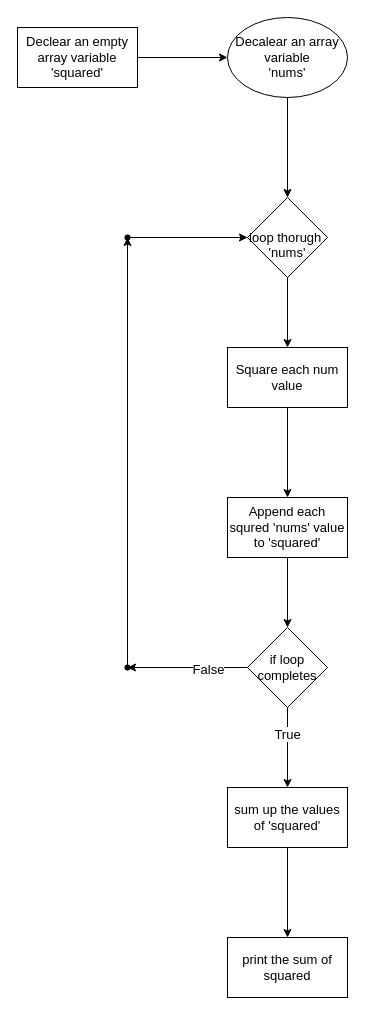
The draw.io diagram main.drawio in AnaduCG/pseudocode-alx, before the edit. Source tidied: cells renumbered, new cells numbered last; positions are measured from the earlier drawing's top-left corner, leaving out a move shared by most shapes. Both pictures are drawn from the tidied source at 100%, with x=0, y=0 at pixel (17, 17).
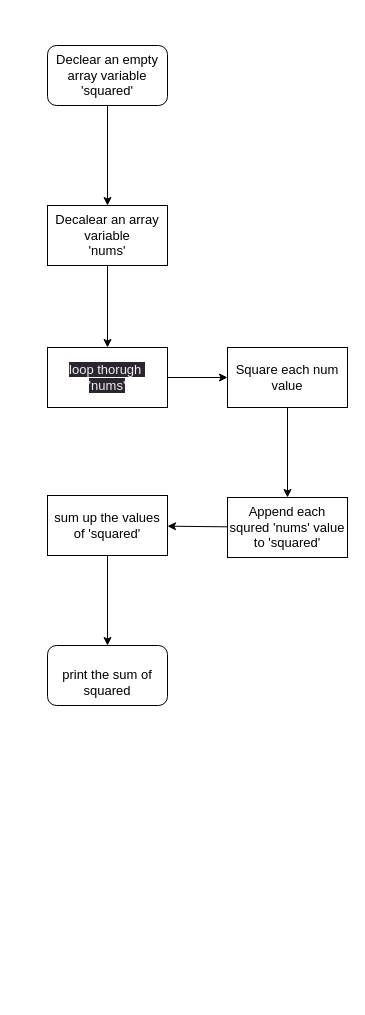
The same diagram, later.

Diff of the diagram source:
```diff
@@
+    <mxCell id="8" style="edgeStyle=none;html=1;" parent="1" edge="1" source="9" target="11">
+      <mxGeometry relative="1" as="geometry" />
+    </mxCell>
+    <mxCell id="9" value="&lt;font style=&quot;font-size: 13px;&quot;&gt;Square each num value&lt;/font&gt;" style="whiteSpace=wrap;html=1;" parent="1" vertex="1">
+      <mxGeometry x="210" y="330" width="120" height="60" as="geometry" />
+    </mxCell>
+    <mxCell id="24" style="edgeStyle=none;html=1;startArrow=none;" parent="1" edge="1" source="18">
+      <mxGeometry relative="1" as="geometry">
+        <mxPoint x="70" y="510" as="targetPoint" />
+      </mxGeometry>
+    </mxCell>
+    <mxCell id="25" style="edgeStyle=none;html=1;" parent="1" edge="1" source="11" target="18">
+      <mxGeometry relative="1" as="geometry" />
+    </mxCell>
+    <mxCell id="11" value="&lt;font style=&quot;font-size: 13px;&quot;&gt;Append each squred 'nums' value to 'squared'&lt;/font&gt;" style="whiteSpace=wrap;html=1;" parent="1" vertex="1">
+      <mxGeometry x="210" y="480" width="120" height="60" as="geometry" />
+    </mxCell>
+    <mxCell id="4" style="edgeStyle=none;html=1;" parent="1" edge="1" source="5" target="3">
+      <mxGeometry relative="1" as="geometry" />
+    </mxCell>
+    <mxCell id="5" value="&lt;span style=&quot;font-size: 13px;&quot;&gt;Declear an empty array variable 'squared'&lt;/span&gt;" style="rounded=1;whiteSpace=wrap;html=1;" parent="1" vertex="1">
+      <mxGeometry x="30" y="28" width="120" height="60" as="geometry" />
+    </mxCell>
-    <mxCell id="2" style="edgeStyle=none;html=1;fontSize=13;" parent="1" edge="1" source="3" target="7">
+    <mxCell id="2" style="edgeStyle=none;html=1;" parent="1" edge="1" source="3" target="7">
       <mxGeometry relative="1" as="geometry" />
     </mxCell>
-    <mxCell id="3" value="&lt;font style=&quot;font-size: 13px;&quot;&gt;Decalear an array variable&lt;br&gt;'nums'&lt;/font&gt;" style="ellipse;whiteSpace=wrap;html=1;" parent="1" vertex="1">
-      <mxGeometry x="210" width="120" height="80" as="geometry" />
+    <mxCell id="3" value="&lt;span style=&quot;font-size: 13px;&quot;&gt;Decalear an array variable&lt;/span&gt;&lt;br style=&quot;font-size: 13px;&quot;&gt;&lt;span style=&quot;font-size: 13px;&quot;&gt;'nums'&lt;/span&gt;" style="whiteSpace=wrap;html=1;" parent="1" vertex="1">
+      <mxGeometry x="30" y="188" width="120" height="60" as="geometry" />
     </mxCell>
-    <mxCell id="4" style="edgeStyle=none;html=1;fontSize=13;" parent="1" edge="1" source="5" target="3">
-      <mxGeometry relative="1" as="geometry" />
-    </mxCell>
-    <mxCell id="5" value="&lt;font style=&quot;font-size: 13px;&quot;&gt;Declear an empty array variable 'squared'&lt;/font&gt;" style="whiteSpace=wrap;html=1;" parent="1" vertex="1">
-      <mxGeometry y="10" width="120" height="60" as="geometry" />
-    </mxCell>
@@
-    <mxCell id="7" value="&lt;font style=&quot;font-size: 13px;&quot;&gt;&lt;br&gt;loop thorugh&amp;nbsp;&lt;br&gt;'nums'&lt;/font&gt;" style="rhombus;whiteSpace=wrap;html=1;" parent="1" vertex="1">
-      <mxGeometry x="230" y="180" width="80" height="80" as="geometry" />
+    <mxCell id="7" value="&#10;&lt;br style=&quot;border-color: rgb(0, 0, 0); color: rgb(240, 240, 240); font-family: Helvetica; font-size: 13px; font-style: normal; font-variant-ligatures: normal; font-variant-caps: normal; font-weight: 400; letter-spacing: normal; orphans: 2; text-align: center; text-indent: 0px; text-transform: none; widows: 2; word-spacing: 0px; -webkit-text-stroke-width: 0px; background-color: rgb(42, 37, 47); text-decoration-thickness: initial; text-decoration-style: initial; text-decoration-color: initial;&quot;&gt;&lt;span style=&quot;color: rgb(240, 240, 240); font-family: Helvetica; font-size: 13px; font-style: normal; font-variant-ligatures: normal; font-variant-caps: normal; font-weight: 400; letter-spacing: normal; orphans: 2; text-align: center; text-indent: 0px; text-transform: none; widows: 2; word-spacing: 0px; -webkit-text-stroke-width: 0px; background-color: rgb(42, 37, 47); text-decoration-thickness: initial; text-decoration-style: initial; text-decoration-color: initial; float: none; display: inline !important;&quot;&gt;loop thorugh&amp;nbsp;&lt;/span&gt;&lt;br style=&quot;border-color: rgb(0, 0, 0); color: rgb(240, 240, 240); font-family: Helvetica; font-size: 13px; font-style: normal; font-variant-ligatures: normal; font-variant-caps: normal; font-weight: 400; letter-spacing: normal; orphans: 2; text-align: center; text-indent: 0px; text-transform: none; widows: 2; word-spacing: 0px; -webkit-text-stroke-width: 0px; background-color: rgb(42, 37, 47); text-decoration-thickness: initial; text-decoration-style: initial; text-decoration-color: initial;&quot;&gt;&lt;span style=&quot;color: rgb(240, 240, 240); font-family: Helvetica; font-size: 13px; font-style: normal; font-variant-ligatures: normal; font-variant-caps: normal; font-weight: 400; letter-spacing: normal; orphans: 2; text-align: center; text-indent: 0px; text-transform: none; widows: 2; word-spacing: 0px; -webkit-text-stroke-width: 0px; background-color: rgb(42, 37, 47); text-decoration-thickness: initial; text-decoration-style: initial; text-decoration-color: initial; float: none; display: inline !important;&quot;&gt;'nums'&lt;/span&gt;&#10;&#10;" style="whiteSpace=wrap;html=1;" parent="1" vertex="1">
+      <mxGeometry x="30" y="330" width="120" height="60" as="geometry" />
     </mxCell>
-    <mxCell id="8" style="edgeStyle=none;html=1;" parent="1" edge="1" source="9" target="11">
-      <mxGeometry relative="1" as="geometry" />
-    </mxCell>
-    <mxCell id="9" value="&lt;font style=&quot;font-size: 13px;&quot;&gt;Square each num value&lt;/font&gt;" style="whiteSpace=wrap;html=1;" parent="1" vertex="1">
-      <mxGeometry x="210" y="330" width="120" height="60" as="geometry" />
-    </mxCell>
-    <mxCell id="10" style="edgeStyle=none;html=1;" parent="1" edge="1" source="11" target="16">
-      <mxGeometry relative="1" as="geometry" />
-    </mxCell>
-    <mxCell id="11" value="&lt;font style=&quot;font-size: 13px;&quot;&gt;Append each squred 'nums' value to 'squared'&lt;/font&gt;" style="whiteSpace=wrap;html=1;" parent="1" vertex="1">
-      <mxGeometry x="210" y="480" width="120" height="60" as="geometry" />
-    </mxCell>
-    <mxCell id="12" style="edgeStyle=none;html=1;" parent="1" edge="1" source="16">
-      <mxGeometry relative="1" as="geometry">
-        <mxPoint x="270" y="770" as="targetPoint" />
-      </mxGeometry>
-    </mxCell>
-    <mxCell id="13" value="True" style="edgeLabel;html=1;align=center;verticalAlign=middle;fontSize=13;" parent="12" vertex="1">
-      <mxGeometry x="-0.35" y="-1" relative="1" as="geometry" />
-    </mxCell>
-    <mxCell id="14" style="edgeStyle=none;html=1;" parent="1" edge="1" source="16" target="21">
-      <mxGeometry relative="1" as="geometry" />
-    </mxCell>
-    <mxCell id="15" value="False" style="edgeLabel;html=1;align=center;verticalAlign=middle;fontSize=13;" parent="14" vertex="1">
-      <mxGeometry x="-0.33" y="1" relative="1" as="geometry" />
-    </mxCell>
-    <mxCell id="16" value="&lt;font style=&quot;font-size: 13px;&quot;&gt;if loop completes&lt;/font&gt;" style="rhombus;whiteSpace=wrap;html=1;" parent="1" vertex="1">
-      <mxGeometry x="230" y="610" width="80" height="80" as="geometry" />
-    </mxCell>
+    <mxCell id="19" value="&lt;br&gt;&lt;span style=&quot;font-size: 13px;&quot;&gt;print the sum of squared&lt;/span&gt;" style="rounded=1;whiteSpace=wrap;html=1;" parent="1" vertex="1">
+      <mxGeometry x="30" y="628" width="120" height="60" as="geometry" />
+    </mxCell>
@@
     <mxCell id="18" value="&lt;font style=&quot;font-size: 13px;&quot;&gt;sum up the values of 'squared'&lt;/font&gt;" style="whiteSpace=wrap;html=1;" parent="1" vertex="1">
-      <mxGeometry x="210" y="770" width="120" height="60" as="geometry" />
+      <mxGeometry x="30" y="478" width="120" height="60" as="geometry" />
     </mxCell>
-    <mxCell id="19" value="&lt;font style=&quot;font-size: 13px;&quot;&gt;print the sum of squared&lt;/font&gt;" style="whiteSpace=wrap;html=1;" parent="1" vertex="1">
-      <mxGeometry x="210" y="920" width="120" height="60" as="geometry" />
-    </mxCell>
-    <mxCell id="20" style="edgeStyle=none;html=1;" parent="1" edge="1" source="21" target="23">
-      <mxGeometry relative="1" as="geometry" />
-    </mxCell>
-    <mxCell id="21" style="shape=waypoint;sketch=0;size=6;points=[];fillColor=default;perimeter=centerPerimeter;snapToPoint=1;" parent="1" vertex="1">
-      <mxGeometry x="100" y="640" width="20" height="20" as="geometry" />
-    </mxCell>
-    <mxCell id="22" style="edgeStyle=none;html=1;" parent="1" edge="1" source="23" target="7">
-      <mxGeometry relative="1" as="geometry" />
-    </mxCell>
-    <mxCell id="23" style="shape=waypoint;sketch=0;size=6;points=[];fillColor=default;perimeter=centerPerimeter;snapToPoint=1;" parent="1" vertex="1">
-      <mxGeometry x="100" y="210" width="20" height="20" as="geometry" />
-    </mxCell>
```
